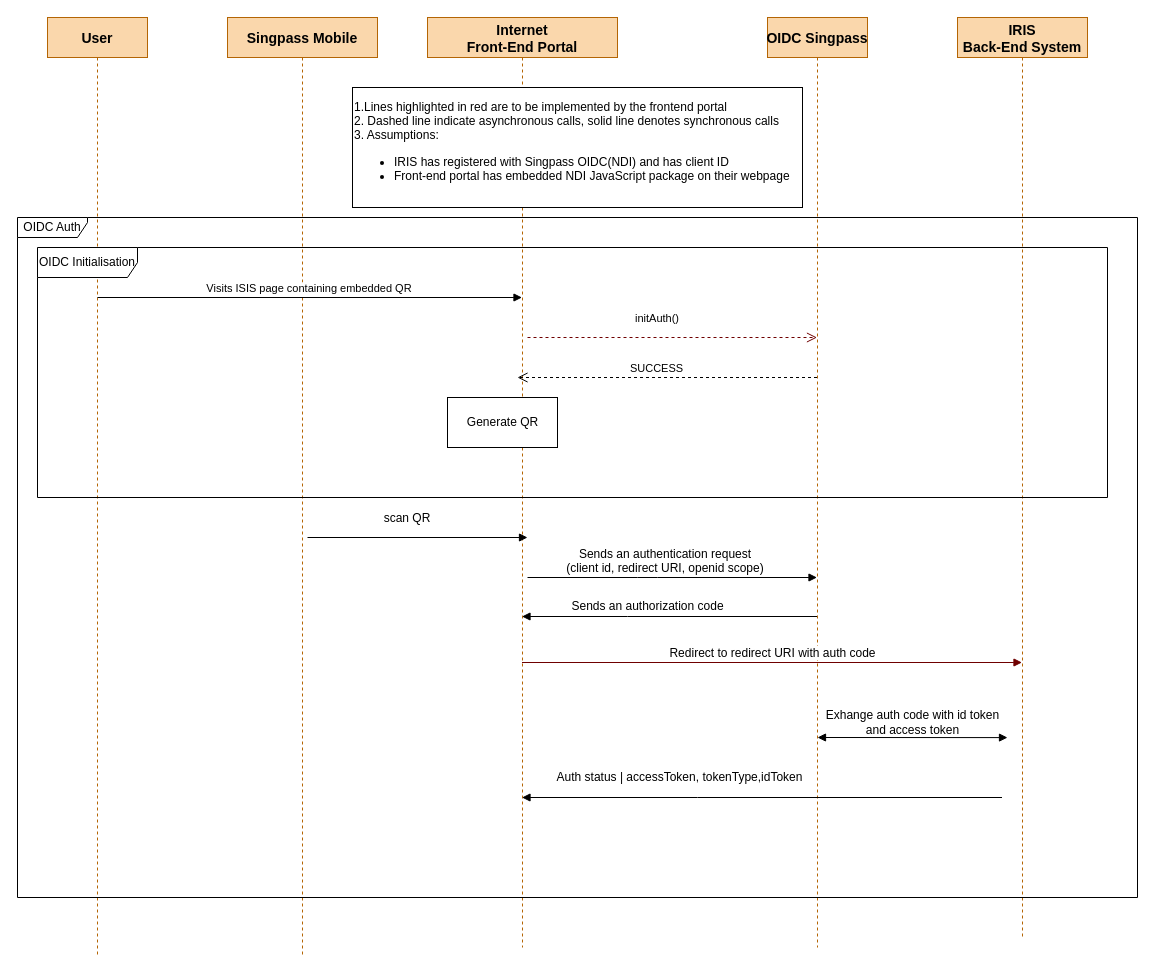
Earlier version of the draw.io diagram updated auth flow.drawio (RachelGnanaraj/app.diagrams). Source tidied: cells renumbered, new cells numbered last; positions are measured from the earlier drawing's top-left corner, leaving out a move shared by most shapes. Both pictures are drawn from the tidied source at 100%, with x=0, y=0 at pixel (17, 17).
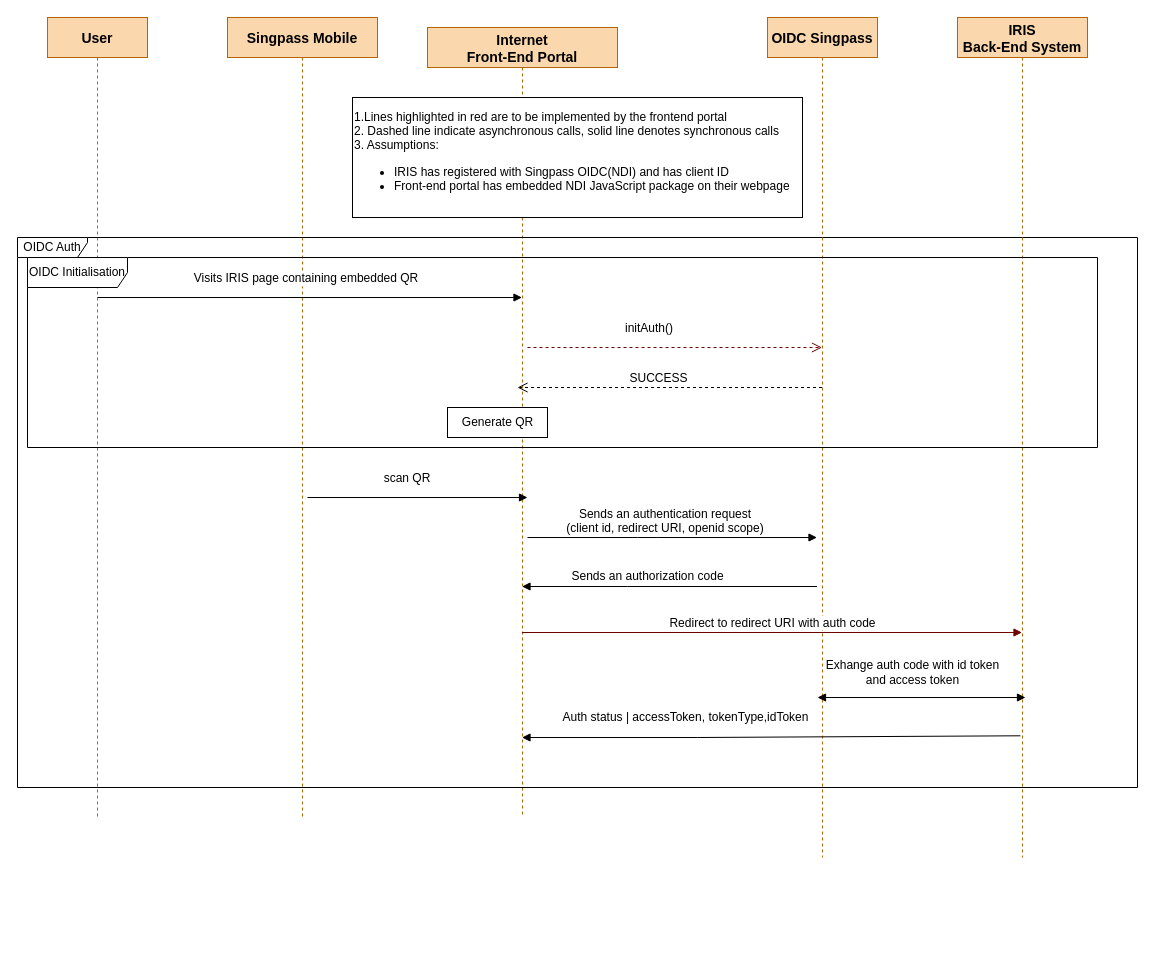
Above is the later version.

Change to the diagram source:
```diff
@@
     <mxCell id="2" value="User" style="shape=umlLifeline;perimeter=lifelinePerimeter;rounded=0;shadow=0;strokeWidth=1;fillColor=#fad7ac;strokeColor=#b46504;fontStyle=1;fontSize=14;" parent="1" vertex="1">
-      <mxGeometry x="30" width="100" height="940" as="geometry" />
+      <mxGeometry x="30" width="100" height="800" as="geometry" />
     </mxCell>
     <mxCell id="3" value="Singpass Mobile" style="shape=umlLifeline;perimeter=lifelinePerimeter;rounded=0;shadow=0;strokeWidth=1;fontSize=14;fontStyle=1;fillColor=#fad7ac;strokeColor=#b46504;" parent="1" vertex="1">
-      <mxGeometry x="210" width="150" height="940" as="geometry" />
+      <mxGeometry x="210" width="150" height="800" as="geometry" />
     </mxCell>
-    <mxCell id="4" value="Visits ISIS page containing embedded QR" style="verticalAlign=bottom;endArrow=block;shadow=0;strokeWidth=1;" parent="1" edge="1" target="5">
-      <mxGeometry relative="1" as="geometry">
+    <mxCell id="4" value="Visits IRIS page containing embedded QR" style="verticalAlign=bottom;endArrow=block;shadow=0;strokeWidth=1;fontSize=12;" parent="1" edge="1" target="5">
+      <mxGeometry x="-0.01" y="10" relative="1" as="geometry">
         <mxPoint x="80" y="280" as="sourcePoint" />
+        <mxPoint x="-1" as="offset" />
       </mxGeometry>
     </mxCell>
     <mxCell id="5" value="Internet &#10;Front-End Portal" style="shape=umlLifeline;perimeter=lifelinePerimeter;rounded=0;shadow=0;strokeWidth=1;fillColor=#fad7ac;strokeColor=#b46504;fontSize=14;fontStyle=1;" parent="1" vertex="1">
-      <mxGeometry x="410" width="190" height="930" as="geometry" />
+      <mxGeometry x="410" y="10" width="190" height="790" as="geometry" />
     </mxCell>
@@
-    <mxCell id="7" value="initAuth()" style="verticalAlign=bottom;endArrow=open;dashed=1;endSize=8;shadow=0;strokeWidth=1;fillColor=#a20025;strokeColor=#6F0000;" parent="5" edge="1" target="10">
-      <mxGeometry x="-0.1" y="10" relative="1" as="geometry">
+    <mxCell id="7" value="initAuth()" style="verticalAlign=bottom;endArrow=open;dashed=1;endSize=8;shadow=0;strokeWidth=1;fillColor=#a20025;strokeColor=#6F0000;fontSize=12;" parent="5" edge="1" target="10">
+      <mxGeometry x="-0.17" y="10" relative="1" as="geometry">
         <mxPoint x="100" y="320" as="sourcePoint" />
       </mxGeometry>
     </mxCell>
-    <mxCell id="8" value="SUCCESS" style="verticalAlign=bottom;endArrow=open;dashed=1;endSize=8;shadow=0;strokeWidth=1;" parent="5" edge="1" source="10">
+    <mxCell id="8" value="SUCCESS" style="verticalAlign=bottom;endArrow=open;dashed=1;endSize=8;shadow=0;strokeWidth=1;fontSize=12;" parent="5" edge="1" source="10">
       <mxGeometry x="0.07" relative="1" as="geometry">
         <mxPoint x="90" y="360" as="targetPoint" />
       </mxGeometry>
     </mxCell>
     <mxCell id="9" value="Generate QR" style="html=1;" parent="5" vertex="1">
-      <mxGeometry x="20" y="380" width="110" height="50" as="geometry" />
+      <mxGeometry x="20" y="380" width="100" height="30" as="geometry" />
     </mxCell>
+    <mxCell id="12" value="OIDC Auth" style="shape=umlFrame;whiteSpace=wrap;html=1;width=70;height=20;" parent="5" vertex="1">
+      <mxGeometry x="-410" y="210" width="1120" height="550" as="geometry" />
+    </mxCell>
     <mxCell id="10" value="OIDC Singpass" style="shape=umlLifeline;perimeter=lifelinePerimeter;rounded=0;shadow=0;strokeWidth=1;fillColor=#fad7ac;strokeColor=#b46504;fontSize=14;fontStyle=1;" parent="1" vertex="1">
-      <mxGeometry x="750" width="100" height="930" as="geometry" />
+      <mxGeometry x="750" width="110" height="840" as="geometry" />
     </mxCell>
     <mxCell id="11" value="IRIS&#10;Back-End System" style="shape=umlLifeline;perimeter=lifelinePerimeter;rounded=0;shadow=0;strokeWidth=1;fillColor=#fad7ac;strokeColor=#b46504;fontSize=14;fontStyle=1;" parent="1" vertex="1">
-      <mxGeometry x="940" width="130" height="920" as="geometry" />
+      <mxGeometry x="940" width="130" height="840" as="geometry" />
     </mxCell>
-    <mxCell id="12" value="OIDC Auth" style="shape=umlFrame;whiteSpace=wrap;html=1;width=70;height=20;" parent="1" vertex="1">
-      <mxGeometry y="200" width="1120" height="680" as="geometry" />
-    </mxCell>
     <mxCell id="13" value="OIDC Initialisation" style="shape=umlFrame;whiteSpace=wrap;html=1;width=100;height=30;" parent="1" vertex="1">
-      <mxGeometry x="20" y="230" width="1070" height="250" as="geometry" />
+      <mxGeometry x="10" y="240" width="1070" height="190" as="geometry" />
     </mxCell>
     <mxCell id="14" value="scan QR" style="verticalAlign=bottom;endArrow=block;entryX=0;entryY=0;shadow=0;strokeWidth=1;fontSize=12;" parent="1" edge="1">
       <mxGeometry x="-0.09" y="10" relative="1" as="geometry">
-        <mxPoint x="290" y="520" as="sourcePoint" />
-        <mxPoint x="510" y="520" as="targetPoint" />
+        <mxPoint x="290" y="480" as="sourcePoint" />
+        <mxPoint x="510" y="480" as="targetPoint" />
       </mxGeometry>
     </mxCell>
-    <mxCell id="15" value="Sends an authentication request&#10;(client id, redirect URI, openid scope)" style="verticalAlign=bottom;endArrow=block;shadow=0;strokeWidth=1;fontSize=12;" parent="1" edge="1" target="10">
+    <mxCell id="15" value="Sends an authentication request&#10;(client id, redirect URI, openid scope)" style="verticalAlign=bottom;endArrow=block;shadow=0;strokeWidth=1;fontSize=12;" parent="1" edge="1">
       <mxGeometry x="-0.05" relative="1" as="geometry">
-        <mxPoint x="510" y="560" as="sourcePoint" />
+        <mxPoint x="510" y="520" as="sourcePoint" />
+        <mxPoint x="799.5" y="520" as="targetPoint" />
         <Array as="points">
-          <mxPoint x="630" y="560" />
+          <mxPoint x="630" y="520" />
         </Array>
       </mxGeometry>
     </mxCell>
-    <mxCell id="16" value="&lt;font style=&quot;font-size: 12px;&quot;&gt;Sends an authorization code&lt;/font&gt;" style="html=1;verticalAlign=bottom;endArrow=block;rounded=0;fontFamily=Helvetica;fontSize=14;" parent="1" edge="1" source="10">
+    <mxCell id="16" value="&lt;font style=&quot;font-size: 12px;&quot;&gt;Sends an authorization code&lt;/font&gt;" style="html=1;verticalAlign=bottom;endArrow=block;rounded=0;fontFamily=Helvetica;fontSize=14;" parent="1" edge="1">
       <mxGeometry x="0.15" relative="1" as="geometry">
-        <mxPoint x="504.5" y="599" as="targetPoint" />
+        <mxPoint x="799.5" y="569" as="sourcePoint" />
+        <mxPoint x="504.5" y="569" as="targetPoint" />
         <Array as="points">
-          <mxPoint x="610" y="599" />
+          <mxPoint x="610" y="569" />
         </Array>
       </mxGeometry>
     </mxCell>
-    <mxCell id="17" value="Redirect to redirect URI with auth code" style="html=1;verticalAlign=bottom;endArrow=block;rounded=0;fontFamily=Helvetica;fontSize=12;fillColor=#a20025;strokeColor=#6F0000;" parent="1" edge="1" target="11">
+    <mxCell id="17" value="Redirect to redirect URI with auth code" style="html=1;verticalAlign=bottom;endArrow=block;rounded=0;fontFamily=Helvetica;fontSize=12;fillColor=#a20025;strokeColor=#6F0000;" parent="1" edge="1">
       <mxGeometry relative="1" as="geometry">
-        <mxPoint x="504.5" y="645" as="sourcePoint" />
+        <mxPoint x="504.5" y="615" as="sourcePoint" />
+        <mxPoint x="1004.5" y="615" as="targetPoint" />
       </mxGeometry>
     </mxCell>
     <mxCell id="18" value="&lt;span style=&quot;background-color: rgb(255, 255, 255);&quot;&gt;Exhange auth code with id token&lt;/span&gt;&lt;br style=&quot;background-color: rgb(255, 255, 255);&quot;&gt;&lt;span style=&quot;background-color: rgb(255, 255, 255);&quot;&gt;and access token&lt;/span&gt;" style="text;html=1;align=center;verticalAlign=middle;strokeColor=none;fillColor=none;fontSize=12;fontFamily=Helvetica;" parent="1" vertex="1">
-      <mxGeometry x="800" y="690" width="190" height="30" as="geometry" />
+      <mxGeometry x="800" y="640" width="190" height="30" as="geometry" />
     </mxCell>
-    <mxCell id="19" style="endArrow=block;startArrow=block;endFill=1;startFill=1;html=1;rounded=0;fontFamily=Helvetica;fontSize=12;entryX=0;entryY=0.778;entryDx=0;entryDy=0;entryPerimeter=0;" parent="1" edge="1">
+    <mxCell id="19" style="endArrow=block;startArrow=block;endFill=1;startFill=1;html=1;rounded=0;fontFamily=Helvetica;fontSize=12;" parent="1" edge="1">
       <mxGeometry relative="1" as="geometry">
-        <mxPoint x="800" y="720" as="sourcePoint" />
-        <mxPoint x="990" y="720.1" as="targetPoint" />
+        <mxPoint x="800" y="680" as="sourcePoint" />
+        <mxPoint x="1008" y="680" as="targetPoint" />
       </mxGeometry>
     </mxCell>
-    <mxCell id="20" value="&lt;span style=&quot;font-size: 12px;&quot;&gt;Auth status | accessToken, tokenType,idToken&lt;/span&gt;" style="html=1;verticalAlign=bottom;endArrow=block;rounded=0;fontFamily=Helvetica;fontSize=14;" parent="1" edge="1">
+    <mxCell id="20" value="&lt;span style=&quot;font-size: 12px;&quot;&gt;Auth status | accessToken, tokenType,idToken&lt;/span&gt;" style="html=1;verticalAlign=bottom;endArrow=block;rounded=0;fontFamily=Helvetica;fontSize=14;exitX=0.484;exitY=0.846;exitDx=0;exitDy=0;exitPerimeter=0;" parent="1" edge="1">
       <mxGeometry x="0.35" y="-10" relative="1" as="geometry">
-        <mxPoint x="984.5" y="780" as="sourcePoint" />
-        <mxPoint x="504.5" y="780" as="targetPoint" />
+        <mxPoint x="1002.9" y="718.3" as="sourcePoint" />
+        <mxPoint x="504.5" y="720" as="targetPoint" />
         <Array as="points">
-          <mxPoint x="680" y="780" />
+          <mxPoint x="680" y="720" />
         </Array>
         <mxPoint x="1" as="offset" />
       </mxGeometry>
     </mxCell>
```
